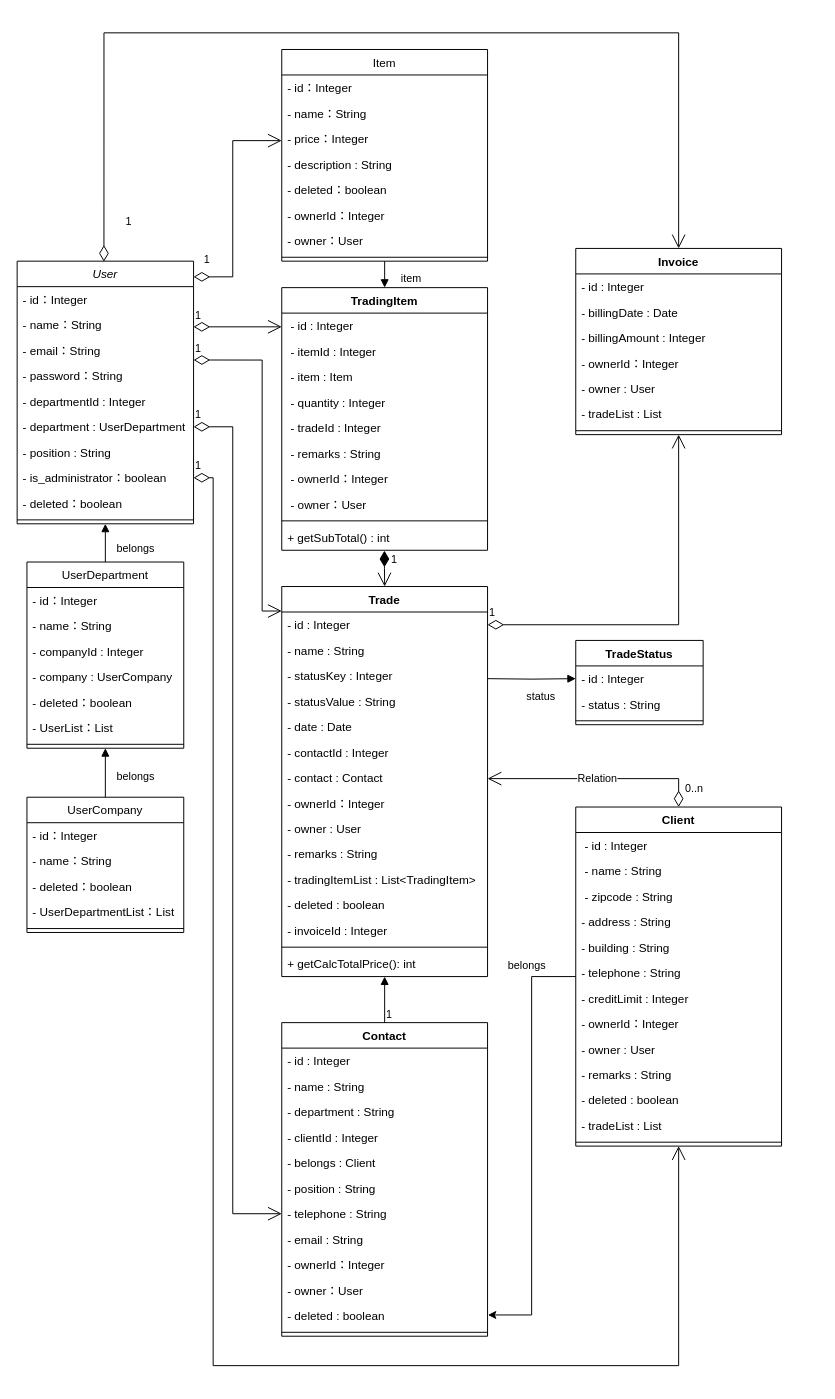
Before: documents/ドメインモデル.drawio in MasayukiFurumoto-rks/invoice-generator, a draw.io diagram. Source tidied: cells renumbered, new cells numbered last; positions are measured from the earlier drawing's top-left corner, leaving out a move shared by most shapes. Both pictures are drawn from the tidied source at 98%, with x=0, y=0 at pixel (17, 32).
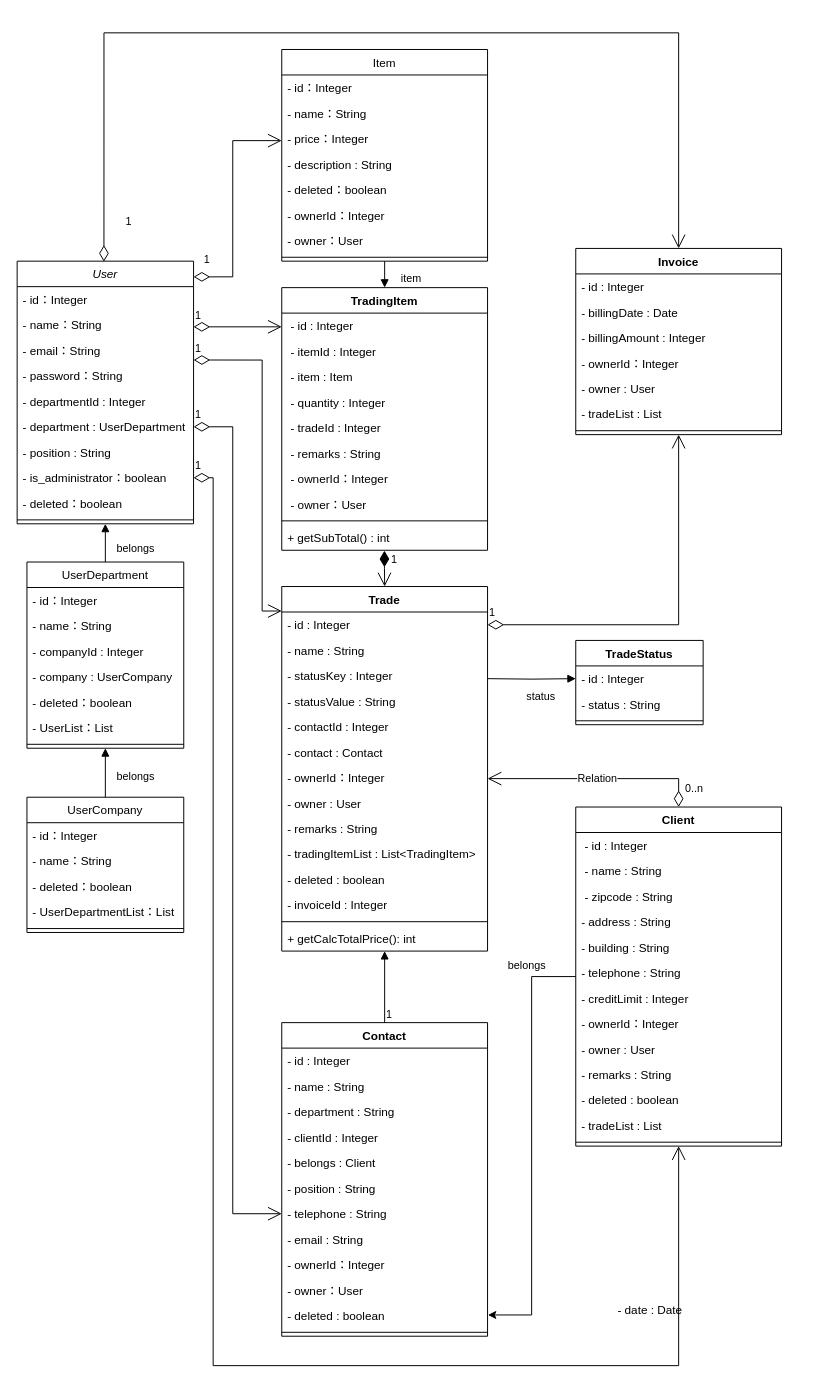
After the change.

The edit, as a diff of the source:
```diff
@@
     <mxCell id="28" value="Trade" style="swimlane;fontStyle=1;align=center;verticalAlign=top;horizontal=1;startSize=26;" parent="1" vertex="1">
-      <mxGeometry x="270" y="565" width="210" height="398" as="geometry" />
+      <mxGeometry x="270" y="565" width="210" height="372" as="geometry" />
     </mxCell>
@@
-    <mxCell id="33" value="- date : Date" style="text;strokeColor=none;fillColor=none;align=left;verticalAlign=top;spacingLeft=4;spacingRight=4;overflow=hidden;" parent="28" vertex="1">
-      <mxGeometry y="130" width="210" height="26" as="geometry" />
-    </mxCell>
     <mxCell id="34" value="- contactId : Integer" style="text;strokeColor=none;fillColor=none;align=left;verticalAlign=top;spacingLeft=4;spacingRight=4;overflow=hidden;" parent="28" vertex="1">
-      <mxGeometry y="156" width="210" height="26" as="geometry" />
+      <mxGeometry y="130" width="210" height="26" as="geometry" />
     </mxCell>
     <mxCell id="35" value="- contact : Contact" style="text;strokeColor=none;fillColor=none;align=left;verticalAlign=top;spacingLeft=4;spacingRight=4;overflow=hidden;" parent="28" vertex="1">
-      <mxGeometry y="182" width="210" height="26" as="geometry" />
+      <mxGeometry y="156" width="210" height="26" as="geometry" />
     </mxCell>
     <mxCell id="36" value="- ownerId：Integer" style="text;align=left;verticalAlign=top;spacingLeft=4;spacingRight=4;overflow=hidden;rounded=0;shadow=0;html=0;" parent="28" vertex="1">
-      <mxGeometry y="208" width="210" height="26" as="geometry" />
+      <mxGeometry y="182" width="210" height="26" as="geometry" />
     </mxCell>
     <mxCell id="37" value="- owner : User" style="text;strokeColor=none;fillColor=none;align=left;verticalAlign=top;spacingLeft=4;spacingRight=4;overflow=hidden;" parent="28" vertex="1">
-      <mxGeometry y="234" width="210" height="26" as="geometry" />
+      <mxGeometry y="208" width="210" height="26" as="geometry" />
     </mxCell>
     <mxCell id="38" value="- remarks : String" style="text;strokeColor=none;fillColor=none;align=left;verticalAlign=top;spacingLeft=4;spacingRight=4;overflow=hidden;" parent="28" vertex="1">
-      <mxGeometry y="260" width="210" height="26" as="geometry" />
+      <mxGeometry y="234" width="210" height="26" as="geometry" />
     </mxCell>
     <mxCell id="39" value="- tradingItemList : List&lt;TradingItem&gt;" style="text;strokeColor=none;fillColor=none;align=left;verticalAlign=top;spacingLeft=4;spacingRight=4;overflow=hidden;" parent="28" vertex="1">
-      <mxGeometry y="286" width="210" height="26" as="geometry" />
+      <mxGeometry y="260" width="210" height="26" as="geometry" />
     </mxCell>
     <mxCell id="40" value="- deleted : boolean " style="text;strokeColor=none;fillColor=none;align=left;verticalAlign=top;spacingLeft=4;spacingRight=4;overflow=hidden;" parent="28" vertex="1">
-      <mxGeometry y="312" width="210" height="26" as="geometry" />
+      <mxGeometry y="286" width="210" height="26" as="geometry" />
     </mxCell>
     <mxCell id="41" value="- invoiceId : Integer" style="text;strokeColor=none;fillColor=none;align=left;verticalAlign=top;spacingLeft=4;spacingRight=4;overflow=hidden;" parent="28" vertex="1">
-      <mxGeometry y="338" width="210" height="26" as="geometry" />
+      <mxGeometry y="312" width="210" height="26" as="geometry" />
     </mxCell>
     <mxCell id="42" style="line;strokeWidth=1;fillColor=none;align=left;verticalAlign=middle;spacingTop=-1;spacingLeft=3;spacingRight=3;labelPosition=right;" parent="28" vertex="1">
-      <mxGeometry y="364" width="210" height="8" as="geometry" />
+      <mxGeometry y="338" width="210" height="8" as="geometry" />
     </mxCell>
     <mxCell id="43" value="+ getCalcTotalPrice(): int" style="text;strokeColor=none;fillColor=none;align=left;verticalAlign=top;spacingLeft=4;spacingRight=4;overflow=hidden;" parent="28" vertex="1">
-      <mxGeometry y="372" width="210" height="26" as="geometry" />
+      <mxGeometry y="346" width="210" height="26" as="geometry" />
     </mxCell>
@@
+    <mxCell id="33" value="- date : Date" style="text;strokeColor=none;fillColor=none;align=left;verticalAlign=top;spacingLeft=4;spacingRight=4;overflow=hidden;" parent="1" vertex="1">
+      <mxGeometry x="607" y="1290" width="210" height="26" as="geometry" />
+    </mxCell>
```
